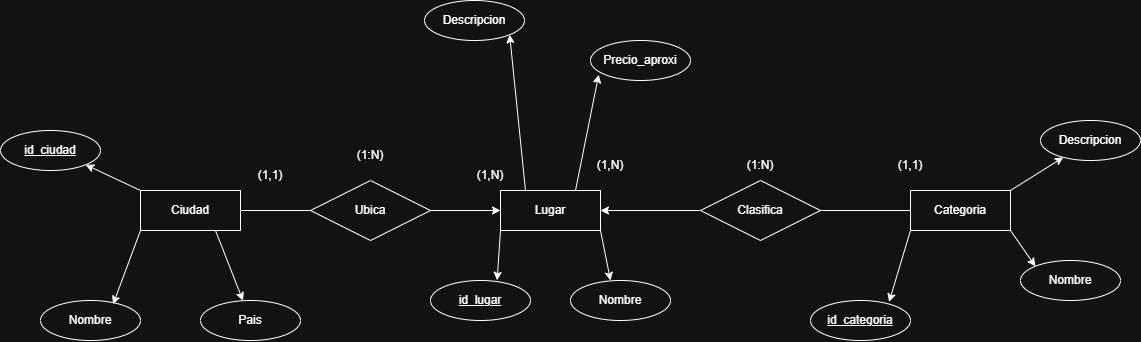
Earlier version of the draw.io export docs/er.png (danilogar019-dotcom/erasmate-backend). Source tidied: cells renumbered, new cells last; positions are measured from the earlier drawing's top-left corner, leaving out a move shared by most shapes. Its diagram source:
```xml
<mxGraphModel>
  <root>
    <mxCell id="0" />
    <mxCell id="1" parent="0" />
    <mxCell id="2" style="rounded=0;jettySize=auto;html=1;exitX=0.25;exitY=0;exitDx=0;exitDy=0;entryX=1;entryY=1;entryDx=0;entryDy=0;shape=wire;" parent="1" edge="1" source="3" target="31">
      <mxGeometry relative="1" as="geometry" />
    </mxCell>
    <mxCell id="3" value="Lugar" style="whiteSpace=wrap;html=1;align=center;" parent="1" vertex="1">
      <mxGeometry x="500" y="190" width="100" height="40" as="geometry" />
    </mxCell>
    <mxCell id="4" style="rounded=0;jettySize=auto;html=1;exitX=0;exitY=0.5;exitDx=0;exitDy=0;entryX=1;entryY=0.5;entryDx=0;entryDy=0;endArrow=none;endFill=0;shape=wire;" parent="1" edge="1" source="7" target="13">
      <mxGeometry relative="1" as="geometry" />
    </mxCell>
    <mxCell id="5" style="rounded=0;jettySize=auto;html=1;exitX=1;exitY=0;exitDx=0;exitDy=0;shape=wire;" parent="1" edge="1" source="7" target="27">
      <mxGeometry relative="1" as="geometry" />
    </mxCell>
    <mxCell id="6" style="rounded=0;jettySize=auto;html=1;exitX=1;exitY=1;exitDx=0;exitDy=0;entryX=0;entryY=0;entryDx=0;entryDy=0;shape=wire;" parent="1" edge="1" source="7" target="24">
      <mxGeometry relative="1" as="geometry" />
    </mxCell>
    <mxCell id="7" value="Categoria" style="whiteSpace=wrap;html=1;align=center;" parent="1" vertex="1">
      <mxGeometry x="910" y="190" width="100" height="40" as="geometry" />
    </mxCell>
    <mxCell id="8" style="rounded=0;jettySize=auto;html=1;exitX=1;exitY=0.5;exitDx=0;exitDy=0;endArrow=none;endFill=0;shape=wire;" parent="1" edge="1" source="11" target="15">
      <mxGeometry relative="1" as="geometry" />
    </mxCell>
    <mxCell id="9" style="rounded=0;jettySize=auto;html=1;exitX=0;exitY=0;exitDx=0;exitDy=0;entryX=1;entryY=1;entryDx=0;entryDy=0;shape=wire;" parent="1" edge="1" source="11" target="25">
      <mxGeometry relative="1" as="geometry" />
    </mxCell>
    <mxCell id="10" style="rounded=0;jettySize=auto;html=1;exitX=0.75;exitY=1;exitDx=0;exitDy=0;shape=wire;" parent="1" edge="1" source="11" target="22">
      <mxGeometry relative="1" as="geometry" />
    </mxCell>
    <mxCell id="11" value="Ciudad" style="whiteSpace=wrap;html=1;align=center;" parent="1" vertex="1">
      <mxGeometry x="140" y="190" width="100" height="40" as="geometry" />
    </mxCell>
    <mxCell id="12" style="rounded=0;jettySize=auto;html=1;exitX=0;exitY=0.5;exitDx=0;exitDy=0;entryX=1;entryY=0.5;entryDx=0;entryDy=0;shape=wire;" parent="1" edge="1" source="13" target="3">
      <mxGeometry relative="1" as="geometry" />
    </mxCell>
    <mxCell id="13" value="Clasifica" style="shape=rhombus;perimeter=rhombusPerimeter;whiteSpace=wrap;html=1;align=center;" parent="1" vertex="1">
      <mxGeometry x="700" y="180" width="120" height="60" as="geometry" />
    </mxCell>
    <mxCell id="14" style="rounded=0;jettySize=auto;html=1;exitX=1;exitY=0.5;exitDx=0;exitDy=0;entryX=0;entryY=0.5;entryDx=0;entryDy=0;shape=wire;" parent="1" edge="1" source="15" target="3">
      <mxGeometry relative="1" as="geometry" />
    </mxCell>
    <mxCell id="15" value="Ubica" style="shape=rhombus;perimeter=rhombusPerimeter;whiteSpace=wrap;html=1;align=center;" parent="1" vertex="1">
      <mxGeometry x="310" y="180" width="120" height="60" as="geometry" />
    </mxCell>
    <mxCell id="16" value="(1,1)" style="text;html=1;whiteSpace=wrap;strokeColor=none;fillColor=none;align=center;verticalAlign=middle;rounded=0;" parent="1" vertex="1">
      <mxGeometry x="240" y="160" width="60" height="30" as="geometry" />
    </mxCell>
    <mxCell id="17" value="(1,N)" style="text;html=1;whiteSpace=wrap;strokeColor=none;fillColor=none;align=center;verticalAlign=middle;rounded=0;" parent="1" vertex="1">
      <mxGeometry x="460" y="160" width="60" height="30" as="geometry" />
    </mxCell>
    <mxCell id="18" value="(1:N)" style="text;html=1;whiteSpace=wrap;strokeColor=none;fillColor=none;align=center;verticalAlign=middle;rounded=0;" parent="1" vertex="1">
      <mxGeometry x="340" y="140" width="60" height="30" as="geometry" />
    </mxCell>
    <mxCell id="19" value="(1,1)" style="text;html=1;whiteSpace=wrap;strokeColor=none;fillColor=none;align=center;verticalAlign=middle;rounded=0;" parent="1" vertex="1">
      <mxGeometry x="880" y="150" width="60" height="30" as="geometry" />
    </mxCell>
    <mxCell id="20" value="(1,N)" style="text;html=1;whiteSpace=wrap;strokeColor=none;fillColor=none;align=center;verticalAlign=middle;rounded=0;" parent="1" vertex="1">
      <mxGeometry x="580" y="150" width="60" height="30" as="geometry" />
    </mxCell>
    <mxCell id="21" value="(1:N)" style="text;html=1;whiteSpace=wrap;strokeColor=none;fillColor=none;align=center;verticalAlign=middle;rounded=0;" parent="1" vertex="1">
      <mxGeometry x="730" y="150" width="60" height="30" as="geometry" />
    </mxCell>
    <mxCell id="22" value="Pais" style="ellipse;whiteSpace=wrap;html=1;align=center;" parent="1" vertex="1">
      <mxGeometry x="200" y="300" width="100" height="40" as="geometry" />
    </mxCell>
    <mxCell id="23" value="Nombre" style="ellipse;whiteSpace=wrap;html=1;align=center;" parent="1" vertex="1">
      <mxGeometry x="40" y="300" width="100" height="40" as="geometry" />
    </mxCell>
    <mxCell id="24" value="Nombre" style="ellipse;whiteSpace=wrap;html=1;align=center;" parent="1" vertex="1">
      <mxGeometry x="1020" y="260" width="100" height="40" as="geometry" />
    </mxCell>
    <mxCell id="25" value="id_ciudad" style="ellipse;whiteSpace=wrap;html=1;align=center;fontStyle=4;" parent="1" vertex="1">
      <mxGeometry y="130" width="100" height="40" as="geometry" />
    </mxCell>
    <mxCell id="26" style="rounded=0;jettySize=auto;html=1;exitX=0;exitY=1;exitDx=0;exitDy=0;entryX=0.726;entryY=0.095;entryDx=0;entryDy=0;entryPerimeter=0;shape=wire;" parent="1" edge="1" source="11" target="23">
      <mxGeometry relative="1" as="geometry" />
    </mxCell>
    <mxCell id="27" value="Descripcion" style="ellipse;whiteSpace=wrap;html=1;align=center;" parent="1" vertex="1">
      <mxGeometry x="1040" y="120" width="100" height="40" as="geometry" />
    </mxCell>
    <mxCell id="28" value="id_categoria" style="ellipse;whiteSpace=wrap;html=1;align=center;fontStyle=4;" parent="1" vertex="1">
      <mxGeometry x="810" y="300" width="100" height="40" as="geometry" />
    </mxCell>
    <mxCell id="29" style="rounded=0;jettySize=auto;html=1;exitX=0;exitY=1;exitDx=0;exitDy=0;entryX=0.786;entryY=0.035;entryDx=0;entryDy=0;entryPerimeter=0;shape=wire;" parent="1" edge="1" source="7" target="28">
      <mxGeometry relative="1" as="geometry" />
    </mxCell>
    <mxCell id="30" value="id_lugar" style="ellipse;whiteSpace=wrap;html=1;align=center;fontStyle=4;" parent="1" vertex="1">
      <mxGeometry x="430" y="280" width="100" height="40" as="geometry" />
    </mxCell>
    <mxCell id="31" value="Descripcion" style="ellipse;whiteSpace=wrap;html=1;align=center;" parent="1" vertex="1">
      <mxGeometry x="424" width="100" height="40" as="geometry" />
    </mxCell>
    <mxCell id="32" value="Nombre" style="ellipse;whiteSpace=wrap;html=1;align=center;" parent="1" vertex="1">
      <mxGeometry x="570" y="280" width="100" height="40" as="geometry" />
    </mxCell>
    <mxCell id="33" value="Precio_aproxi" style="ellipse;whiteSpace=wrap;html=1;align=center;" parent="1" vertex="1">
      <mxGeometry x="590" y="40" width="100" height="40" as="geometry" />
    </mxCell>
    <mxCell id="34" style="rounded=0;jettySize=auto;html=1;exitX=0;exitY=1;exitDx=0;exitDy=0;entryX=0.666;entryY=-0.005;entryDx=0;entryDy=0;entryPerimeter=0;shape=wire;" parent="1" edge="1" source="3" target="30">
      <mxGeometry relative="1" as="geometry" />
    </mxCell>
    <mxCell id="35" style="rounded=0;jettySize=auto;html=1;exitX=1;exitY=1;exitDx=0;exitDy=0;entryX=0.4;entryY=0;entryDx=0;entryDy=0;entryPerimeter=0;shape=wire;" parent="1" edge="1" source="3" target="32">
      <mxGeometry relative="1" as="geometry" />
    </mxCell>
    <mxCell id="36" style="rounded=0;jettySize=auto;html=1;exitX=0.75;exitY=0;exitDx=0;exitDy=0;entryX=0.082;entryY=0.855;entryDx=0;entryDy=0;entryPerimeter=0;shape=wire;" parent="1" edge="1" source="3" target="33">
      <mxGeometry relative="1" as="geometry" />
    </mxCell>
  </root>
</mxGraphModel>
```
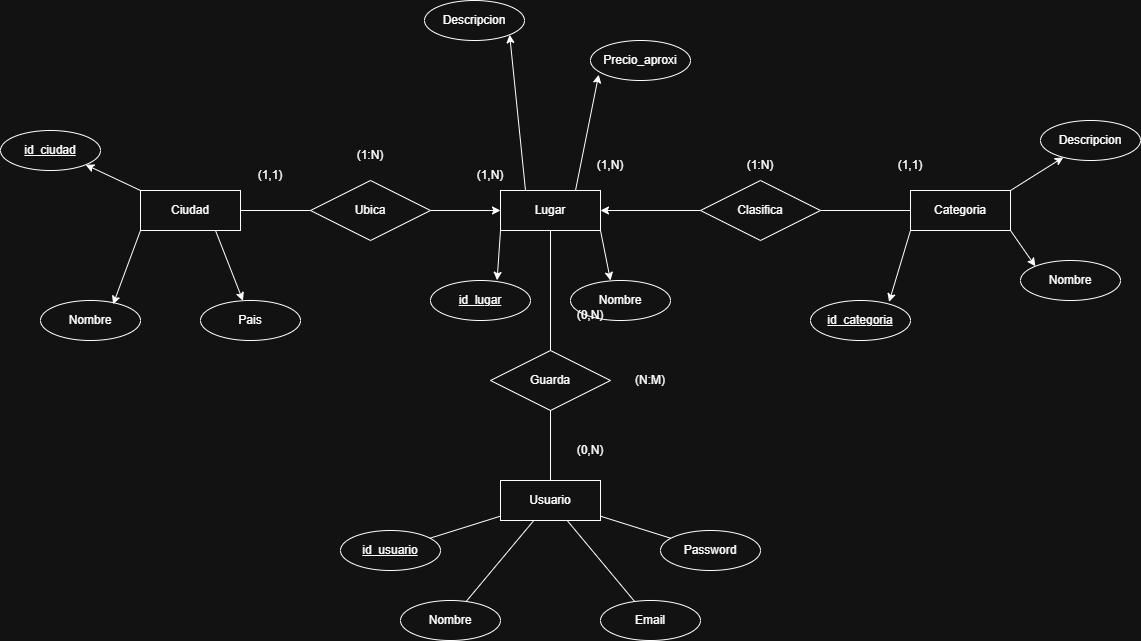
The same file after the commit.

Commit message:
Ampliar modelo con Usuario y favoritos

Diff of the diagram source:
```diff
@@ -107,5 +107,50 @@
     <mxCell id="36" style="rounded=0;jettySize=auto;html=1;exitX=0.75;exitY=0;exitDx=0;exitDy=0;entryX=0.082;entryY=0.855;entryDx=0;entryDy=0;entryPerimeter=0;shape=wire;" parent="1" edge="1" source="3" target="33">
       <mxGeometry relative="1" as="geometry" />
     </mxCell>
+    <mxCell id="37" value="Guarda" style="shape=rhombus;perimeter=rhombusPerimeter;whiteSpace=wrap;html=1;align=center;" parent="1" vertex="1">
+      <mxGeometry x="490" y="350" width="120" height="60" as="geometry" />
+    </mxCell>
+    <mxCell id="38" value="Usuario" style="whiteSpace=wrap;html=1;align=center;" parent="1" vertex="1">
+      <mxGeometry x="500" y="480" width="100" height="40" as="geometry" />
+    </mxCell>
+    <mxCell id="39" style="rounded=0;html=1;endArrow=none;endFill=0;shape=wire;" parent="1" edge="1" source="3" target="37">
+      <mxGeometry relative="1" as="geometry" />
+    </mxCell>
+    <mxCell id="40" style="rounded=0;html=1;endArrow=none;endFill=0;shape=wire;" parent="1" edge="1" source="37" target="38">
+      <mxGeometry relative="1" as="geometry" />
+    </mxCell>
+    <mxCell id="41" value="id_usuario" style="ellipse;whiteSpace=wrap;html=1;align=center;fontStyle=4;" parent="1" vertex="1">
+      <mxGeometry x="340" y="530" width="100" height="40" as="geometry" />
+    </mxCell>
+    <mxCell id="42" style="rounded=0;html=1;endArrow=none;endFill=0;shape=wire;" parent="1" edge="1" source="38" target="41">
+      <mxGeometry relative="1" as="geometry" />
+    </mxCell>
+    <mxCell id="43" value="Nombre" style="ellipse;whiteSpace=wrap;html=1;align=center;" parent="1" vertex="1">
+      <mxGeometry x="400" y="600" width="100" height="40" as="geometry" />
+    </mxCell>
+    <mxCell id="44" style="rounded=0;html=1;endArrow=none;endFill=0;shape=wire;" parent="1" edge="1" source="38" target="43">
+      <mxGeometry relative="1" as="geometry" />
+    </mxCell>
+    <mxCell id="45" value="Email" style="ellipse;whiteSpace=wrap;html=1;align=center;" parent="1" vertex="1">
+      <mxGeometry x="600" y="600" width="100" height="40" as="geometry" />
+    </mxCell>
+    <mxCell id="46" style="rounded=0;html=1;endArrow=none;endFill=0;shape=wire;" parent="1" edge="1" source="38" target="45">
+      <mxGeometry relative="1" as="geometry" />
+    </mxCell>
+    <mxCell id="47" value="Password" style="ellipse;whiteSpace=wrap;html=1;align=center;" parent="1" vertex="1">
+      <mxGeometry x="660" y="530" width="100" height="40" as="geometry" />
+    </mxCell>
+    <mxCell id="48" style="rounded=0;html=1;endArrow=none;endFill=0;shape=wire;" parent="1" edge="1" source="38" target="47">
+      <mxGeometry relative="1" as="geometry" />
+    </mxCell>
+    <mxCell id="49" value="(0,N)" style="text;html=1;whiteSpace=wrap;strokeColor=none;fillColor=none;align=center;verticalAlign=middle;rounded=0;" parent="1" vertex="1">
+      <mxGeometry x="560" y="300" width="60" height="30" as="geometry" />
+    </mxCell>
+    <mxCell id="50" value="(0,N)" style="text;html=1;whiteSpace=wrap;strokeColor=none;fillColor=none;align=center;verticalAlign=middle;rounded=0;" parent="1" vertex="1">
+      <mxGeometry x="560" y="435" width="60" height="30" as="geometry" />
+    </mxCell>
+    <mxCell id="51" value="(N:M)" style="text;html=1;whiteSpace=wrap;strokeColor=none;fillColor=none;align=center;verticalAlign=middle;rounded=0;" parent="1" vertex="1">
+      <mxGeometry x="620" y="365" width="60" height="30" as="geometry" />
+    </mxCell>
   </root>
 </mxGraphModel>
```
